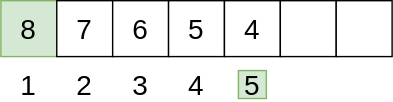
RamseyNjire/coding-challenges-solved-and-explained keeps this draw.io diagram as Explainers/ArrayAddedMIddle.svg. Above is the earlier version. Source tidied: cells renumbered, new cells last; positions are measured from the earlier drawing's top-left corner, leaving out a move shared by most shapes.
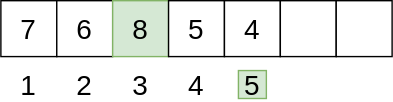
The same file after the commit.

What changed in the source:
```diff
@@ -2,13 +2,13 @@
   <root>
     <mxCell id="0" />
     <mxCell id="1" parent="0" />
-    <mxCell id="2" style="whiteSpace=wrap;html=1;fillColor=#d5e8d4;strokeColor=#82b366;" parent="1" vertex="1">
+    <mxCell id="2" style="whiteSpace=wrap;html=1;" parent="1" vertex="1">
       <mxGeometry width="40" height="40" as="geometry" />
     </mxCell>
     <mxCell id="3" style="whiteSpace=wrap;html=1;" parent="1" vertex="1">
       <mxGeometry x="40" width="40" height="40" as="geometry" />
     </mxCell>
-    <mxCell id="4" style="whiteSpace=wrap;html=1;" parent="1" vertex="1">
+    <mxCell id="4" style="whiteSpace=wrap;html=1;fillColor=#d5e8d4;strokeColor=#82b366;" parent="1" vertex="1">
       <mxGeometry x="80" width="40" height="40" as="geometry" />
     </mxCell>
     <mxCell id="5" style="whiteSpace=wrap;html=1;" parent="1" vertex="1">
@@ -21,13 +21,13 @@
       <mxGeometry x="200" width="40" height="40" as="geometry" />
     </mxCell>
     <mxCell id="8" value="7" style="text;html=1;strokeColor=none;fillColor=none;align=center;verticalAlign=middle;whiteSpace=wrap;rounded=0;fontSize=20;" parent="1" vertex="1">
-      <mxGeometry x="50" y="10" width="20" height="20" as="geometry" />
+      <mxGeometry x="10" y="10" width="20" height="20" as="geometry" />
     </mxCell>
     <mxCell id="9" style="whiteSpace=wrap;html=1;" parent="1" vertex="1">
       <mxGeometry x="240" width="40" height="40" as="geometry" />
     </mxCell>
     <mxCell id="10" value="6" style="text;html=1;strokeColor=none;fillColor=none;align=center;verticalAlign=middle;whiteSpace=wrap;rounded=0;fontSize=20;" parent="1" vertex="1">
-      <mxGeometry x="90" y="10" width="20" height="20" as="geometry" />
+      <mxGeometry x="50" y="10" width="20" height="20" as="geometry" />
     </mxCell>
     <mxCell id="11" value="5" style="text;html=1;strokeColor=none;fillColor=none;align=center;verticalAlign=middle;whiteSpace=wrap;rounded=0;fontSize=20;" parent="1" vertex="1">
       <mxGeometry x="130" y="10" width="20" height="20" as="geometry" />
@@ -48,7 +48,7 @@
       <mxGeometry x="130" y="50" width="20" height="20" as="geometry" />
     </mxCell>
     <mxCell id="17" value="8" style="text;html=1;strokeColor=none;fillColor=none;align=center;verticalAlign=middle;whiteSpace=wrap;rounded=0;fontSize=20;" parent="1" vertex="1">
-      <mxGeometry x="10" y="10" width="20" height="20" as="geometry" />
+      <mxGeometry x="90" y="10" width="20" height="20" as="geometry" />
     </mxCell>
     <mxCell id="18" value="5" style="text;html=1;strokeColor=#82b366;fillColor=#d5e8d4;align=center;verticalAlign=middle;whiteSpace=wrap;rounded=0;fontSize=20;" parent="1" vertex="1">
       <mxGeometry x="170" y="50" width="20" height="20" as="geometry" />
```
